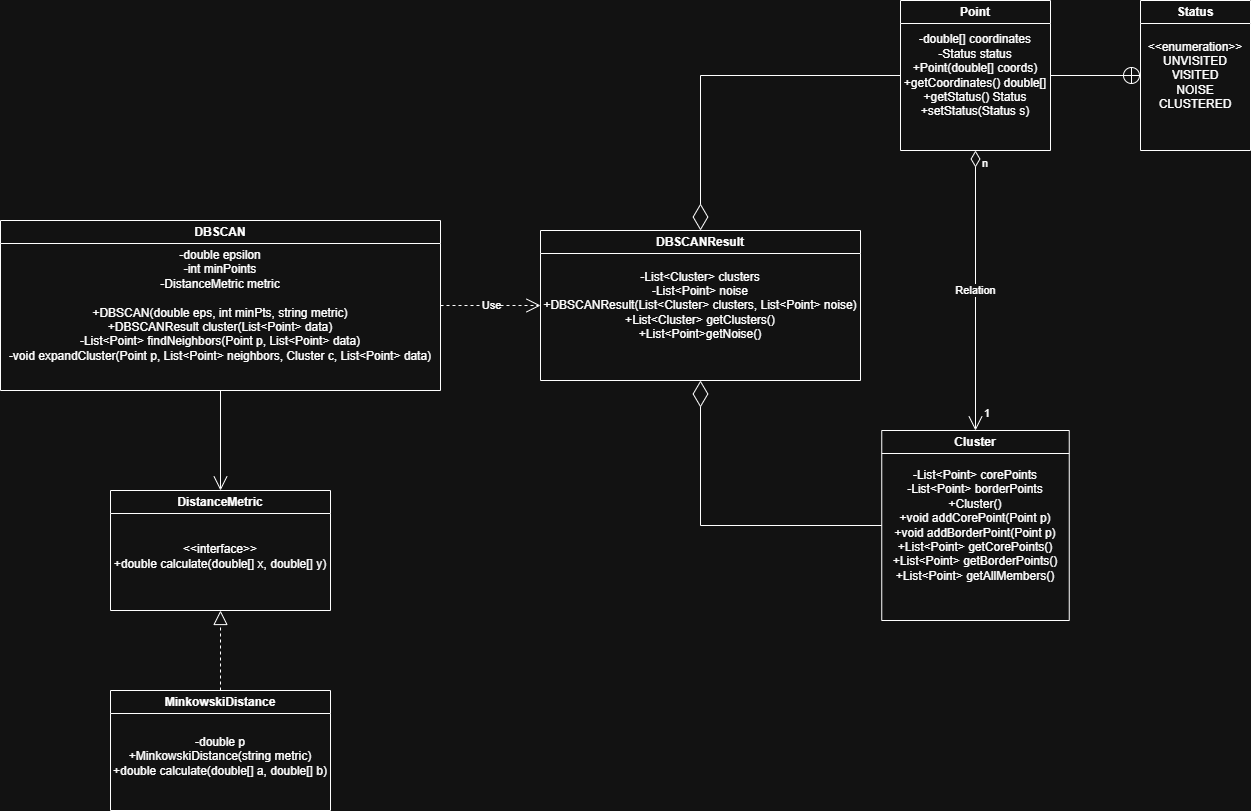
This is Documentation/DBSCAN-UML.png from solopres/DBSCAN, a draw.io export, as it was before one commit. Source tidied: cells renumbered, new cells last; positions are measured from the earlier drawing's top-left corner, leaving out a move shared by most shapes. Its diagram source:
```xml
<mxGraphModel>
  <root>
    <mxCell id="0" />
    <mxCell id="1" parent="0" />
    <mxCell id="2" style="group;" parent="1" vertex="1">
      <mxGeometry y="220" width="440" height="170" as="geometry" />
    </mxCell>
    <mxCell id="3" value="DBSCAN" style="swimlane;whiteSpace=wrap;html=1;" parent="2" vertex="1">
      <mxGeometry width="440" height="170" as="geometry" />
    </mxCell>
    <mxCell id="4" value="-double epsilon&lt;div&gt;-&lt;span style=&quot;background-color: transparent; color: light-dark(rgb(0, 0, 0), rgb(255, 255, 255));&quot;&gt;int&amp;nbsp;&lt;/span&gt;&lt;span style=&quot;background-color: transparent; color: light-dark(rgb(0, 0, 0), rgb(255, 255, 255));&quot;&gt;minPoints&lt;/span&gt;&lt;/div&gt;&lt;div&gt;-&lt;span style=&quot;background-color: transparent; color: light-dark(rgb(0, 0, 0), rgb(255, 255, 255));&quot;&gt;DistanceMetric&amp;nbsp;&lt;/span&gt;&lt;span style=&quot;background-color: transparent; color: light-dark(rgb(0, 0, 0), rgb(255, 255, 255));&quot;&gt;metric&lt;/span&gt;&lt;/div&gt;&lt;div&gt;&lt;br&gt;&lt;/div&gt;&lt;div&gt;+DBSCAN(double eps, int minPts, string metric)&lt;/div&gt;&lt;div&gt;+DBSCANResult cluster(List&amp;lt;Point&amp;gt; data)&lt;/div&gt;&lt;div&gt;-List&amp;lt;Point&amp;gt; findNeighbors(Point p, List&amp;lt;Point&amp;gt; data)&lt;/div&gt;&lt;div&gt;-void expandCluster(Point p, List&amp;lt;Point&amp;gt; neighbors, Cluster c, List&amp;lt;Point&amp;gt; data)&lt;/div&gt;" style="text;html=1;whiteSpace=wrap;strokeColor=none;fillColor=none;align=center;verticalAlign=middle;rounded=0;" parent="2" vertex="1">
      <mxGeometry width="440" height="170" as="geometry" />
    </mxCell>
    <mxCell id="5" style="group;" parent="1" vertex="1">
      <mxGeometry x="540" y="230" width="320" height="150" as="geometry" />
    </mxCell>
    <mxCell id="6" value="DBSCANResult" style="swimlane;whiteSpace=wrap;html=1;" parent="5" vertex="1">
      <mxGeometry width="320" height="150" as="geometry" />
    </mxCell>
    <mxCell id="7" value="&lt;div&gt;-List&amp;lt;Cluster&amp;gt; clusters&lt;/div&gt;&lt;div&gt;&lt;span style=&quot;background-color: transparent; color: light-dark(rgb(0, 0, 0), rgb(255, 255, 255));&quot;&gt;-List&amp;lt;Point&amp;gt; noise&lt;/span&gt;&lt;/div&gt;&lt;div&gt;&lt;span style=&quot;background-color: transparent; color: light-dark(rgb(0, 0, 0), rgb(255, 255, 255));&quot;&gt;+DBSCANResult(List&amp;lt;Cluster&amp;gt; clusters, List&amp;lt;Point&amp;gt; noise)&lt;/span&gt;&lt;/div&gt;&lt;div&gt;+&lt;span style=&quot;background-color: transparent; color: light-dark(rgb(0, 0, 0), rgb(255, 255, 255));&quot;&gt;List&amp;lt;Cluster&amp;gt;&amp;nbsp;&lt;/span&gt;&lt;span style=&quot;background-color: transparent; color: light-dark(rgb(0, 0, 0), rgb(255, 255, 255));&quot;&gt;getClusters()&lt;/span&gt;&lt;/div&gt;&lt;div&gt;+&lt;span style=&quot;background-color: transparent; color: light-dark(rgb(0, 0, 0), rgb(255, 255, 255));&quot;&gt;List&amp;lt;Point&amp;gt;&lt;/span&gt;&lt;span style=&quot;background-color: transparent; color: light-dark(rgb(0, 0, 0), rgb(255, 255, 255));&quot;&gt;getNoise()&lt;/span&gt;&lt;/div&gt;" style="text;html=1;whiteSpace=wrap;strokeColor=none;fillColor=none;align=center;verticalAlign=middle;rounded=0;" parent="5" vertex="1">
      <mxGeometry width="320" height="150" as="geometry" />
    </mxCell>
    <mxCell id="8" style="group;" parent="1" vertex="1">
      <mxGeometry x="900" width="150" height="150" as="geometry" />
    </mxCell>
    <mxCell id="9" value="Point" style="swimlane;whiteSpace=wrap;html=1;" parent="8" vertex="1">
      <mxGeometry width="150" height="150" as="geometry" />
    </mxCell>
    <mxCell id="10" value="&lt;div&gt;-double[] coordinates&lt;/div&gt;&lt;div&gt;-Status status&lt;/div&gt;&lt;div&gt;+Point(double[] coords)&lt;/div&gt;&lt;div&gt;+getCoordinates() double[]&lt;/div&gt;&lt;div&gt;+getStatus() Status&lt;/div&gt;&lt;div&gt;+setStatus(Status s)&lt;/div&gt;" style="text;html=1;whiteSpace=wrap;strokeColor=none;fillColor=none;align=center;verticalAlign=middle;rounded=0;" parent="8" vertex="1">
      <mxGeometry width="150" height="150" as="geometry" />
    </mxCell>
    <mxCell id="11" style="group;" parent="1" vertex="1">
      <mxGeometry x="881.2" y="430" width="187.5" height="190" as="geometry" />
    </mxCell>
    <mxCell id="12" value="Cluster" style="swimlane;whiteSpace=wrap;html=1;" parent="11" vertex="1">
      <mxGeometry width="187.5" height="190" as="geometry" />
    </mxCell>
    <mxCell id="13" value="&lt;div&gt;-List&amp;lt;Point&amp;gt; corePoints&lt;/div&gt;&lt;div&gt;-List&amp;lt;Point&amp;gt; borderPoints&lt;/div&gt;&lt;div&gt;+Cluster()&lt;/div&gt;&lt;div&gt;+&lt;span style=&quot;background-color: transparent; color: light-dark(rgb(0, 0, 0), rgb(255, 255, 255));&quot;&gt;void&amp;nbsp;&lt;/span&gt;&lt;span style=&quot;background-color: transparent; color: light-dark(rgb(0, 0, 0), rgb(255, 255, 255));&quot;&gt;addCorePoint(Point p)&lt;/span&gt;&lt;/div&gt;&lt;div&gt;+&lt;span style=&quot;background-color: transparent; color: light-dark(rgb(0, 0, 0), rgb(255, 255, 255));&quot;&gt;void&amp;nbsp;&lt;/span&gt;&lt;span style=&quot;background-color: transparent; color: light-dark(rgb(0, 0, 0), rgb(255, 255, 255));&quot;&gt;addBorderPoint(Point p)&lt;/span&gt;&lt;/div&gt;&lt;div&gt;+&lt;span style=&quot;background-color: transparent; color: light-dark(rgb(0, 0, 0), rgb(255, 255, 255));&quot;&gt;List&amp;lt;Point&amp;gt;&amp;nbsp;&lt;/span&gt;&lt;span style=&quot;background-color: transparent; color: light-dark(rgb(0, 0, 0), rgb(255, 255, 255));&quot;&gt;getCorePoints()&lt;/span&gt;&lt;/div&gt;&lt;div&gt;+&lt;span style=&quot;background-color: transparent; color: light-dark(rgb(0, 0, 0), rgb(255, 255, 255));&quot;&gt;List&amp;lt;Point&amp;gt;&amp;nbsp;&lt;/span&gt;&lt;span style=&quot;background-color: transparent; color: light-dark(rgb(0, 0, 0), rgb(255, 255, 255));&quot;&gt;getBorderPoints()&lt;/span&gt;&lt;/div&gt;&lt;div&gt;+&lt;span style=&quot;background-color: transparent; color: light-dark(rgb(0, 0, 0), rgb(255, 255, 255));&quot;&gt;List&amp;lt;Point&amp;gt;&amp;nbsp;&lt;/span&gt;&lt;span style=&quot;background-color: transparent; color: light-dark(rgb(0, 0, 0), rgb(255, 255, 255));&quot;&gt;getAllMembers()&lt;/span&gt;&lt;/div&gt;" style="text;html=1;whiteSpace=wrap;strokeColor=none;fillColor=none;align=center;verticalAlign=middle;rounded=0;" parent="11" vertex="1">
      <mxGeometry width="187.5" height="190" as="geometry" />
    </mxCell>
    <mxCell id="14" style="group;" parent="1" vertex="1">
      <mxGeometry x="110" y="490" width="220" height="120" as="geometry" />
    </mxCell>
    <mxCell id="15" value="DistanceMetric" style="swimlane;whiteSpace=wrap;html=1;" parent="14" vertex="1">
      <mxGeometry width="220" height="120" as="geometry" />
    </mxCell>
    <mxCell id="16" value="&lt;div&gt;&amp;lt;&amp;lt;interface&amp;gt;&amp;gt;&lt;/div&gt;&lt;div&gt;+&lt;span style=&quot;background-color: transparent; color: light-dark(rgb(0, 0, 0), rgb(255, 255, 255));&quot;&gt;double&amp;nbsp;&lt;/span&gt;&lt;span style=&quot;background-color: transparent; color: light-dark(rgb(0, 0, 0), rgb(255, 255, 255));&quot;&gt;calculate(double[] x, double[] y)&lt;/span&gt;&lt;/div&gt;" style="text;html=1;whiteSpace=wrap;strokeColor=none;fillColor=none;align=center;verticalAlign=middle;rounded=0;" parent="14" vertex="1">
      <mxGeometry y="12" width="220" height="108" as="geometry" />
    </mxCell>
    <mxCell id="17" style="group;" parent="1" vertex="1">
      <mxGeometry x="1140" width="110" height="150" as="geometry" />
    </mxCell>
    <mxCell id="18" value="Status" style="swimlane;whiteSpace=wrap;html=1;" parent="17" vertex="1">
      <mxGeometry width="110" height="150" as="geometry" />
    </mxCell>
    <mxCell id="19" value="&lt;div&gt;&amp;lt;&amp;lt;enumeration&amp;gt;&amp;gt;&lt;/div&gt;&lt;div&gt;UNVISITED&lt;/div&gt;&lt;div&gt;VISITED&lt;/div&gt;&lt;div&gt;NOISE&lt;/div&gt;&lt;div&gt;CLUSTERED&lt;/div&gt;" style="text;html=1;whiteSpace=wrap;strokeColor=none;fillColor=none;align=center;verticalAlign=middle;rounded=0;" parent="17" vertex="1">
      <mxGeometry width="110" height="150" as="geometry" />
    </mxCell>
    <mxCell id="20" style="group;" parent="1" vertex="1">
      <mxGeometry x="110" y="690" width="220" height="120" as="geometry" />
    </mxCell>
    <mxCell id="21" value="MinkowskiDistance" style="swimlane;whiteSpace=wrap;html=1;" parent="20" vertex="1">
      <mxGeometry width="220" height="120" as="geometry" />
    </mxCell>
    <mxCell id="22" value="&lt;div&gt;-double p&lt;/div&gt;&lt;div&gt;+MinkowskiDistance(string metric)&lt;/div&gt;&lt;div&gt;&lt;span style=&quot;background-color: transparent; color: light-dark(rgb(0, 0, 0), rgb(255, 255, 255));&quot;&gt;+double&amp;nbsp;&lt;/span&gt;&lt;span style=&quot;background-color: transparent; color: light-dark(rgb(0, 0, 0), rgb(255, 255, 255));&quot;&gt;calculate(double[] a, double[] b)&lt;/span&gt;&lt;/div&gt;" style="text;html=1;whiteSpace=wrap;strokeColor=none;fillColor=none;align=center;verticalAlign=middle;rounded=0;" parent="20" vertex="1">
      <mxGeometry y="12" width="220" height="108" as="geometry" />
    </mxCell>
    <mxCell id="23" style="endArrow=block;dashed=1;endFill=0;endSize=12;html=1;rounded=0;exitX=0.5;exitY=0;exitDx=0;exitDy=0;entryX=0.5;entryY=1;entryDx=0;entryDy=0;" parent="1" edge="1" source="21" target="16">
      <mxGeometry relative="1" as="geometry" />
    </mxCell>
    <mxCell id="24" style="endArrow=diamondThin;endFill=0;endSize=24;html=1;rounded=0;entryX=0.5;entryY=1;entryDx=0;entryDy=0;exitX=0;exitY=0.5;exitDx=0;exitDy=0;" parent="1" edge="1" source="13" target="7">
      <mxGeometry relative="1" as="geometry">
        <Array as="points">
          <mxPoint x="700" y="525" />
        </Array>
      </mxGeometry>
    </mxCell>
    <mxCell id="25" style="endArrow=diamondThin;endFill=0;endSize=24;html=1;rounded=0;entryX=0.5;entryY=0;entryDx=0;entryDy=0;exitX=0;exitY=0.5;exitDx=0;exitDy=0;" parent="1" edge="1" source="10" target="6">
      <mxGeometry relative="1" as="geometry">
        <Array as="points">
          <mxPoint x="700" y="75" />
        </Array>
      </mxGeometry>
    </mxCell>
    <mxCell id="26" style="endArrow=circlePlus;endFill=0;endSize=7;html=1;rounded=0;entryX=0;entryY=0.5;entryDx=0;entryDy=0;exitX=1;exitY=0.5;exitDx=0;exitDy=0;" parent="1" edge="1" source="10" target="19">
      <mxGeometry relative="1" as="geometry" />
    </mxCell>
    <mxCell id="27" value="Use" style="endArrow=open;endSize=12;dashed=1;html=1;rounded=0;exitX=1;exitY=0.5;exitDx=0;exitDy=0;entryX=0;entryY=0.5;entryDx=0;entryDy=0;" parent="1" edge="1" source="4" target="7">
      <mxGeometry relative="1" as="geometry" />
    </mxCell>
    <mxCell id="28" style="endArrow=open;endFill=1;endSize=12;html=1;rounded=0;entryX=0.5;entryY=0;entryDx=0;entryDy=0;exitX=0.5;exitY=1;exitDx=0;exitDy=0;" parent="1" edge="1" source="4" target="15">
      <mxGeometry relative="1" as="geometry" />
    </mxCell>
    <mxCell id="29" value="Relation" style="endArrow=open;html=1;endSize=12;startArrow=diamondThin;startSize=14;startFill=0;edgeStyle=orthogonalEdgeStyle;rounded=0;entryX=0.5;entryY=0;entryDx=0;entryDy=0;exitX=0.5;exitY=1;exitDx=0;exitDy=0;" parent="1" edge="1" source="10" target="13">
      <mxGeometry relative="1" as="geometry" />
    </mxCell>
    <mxCell id="30" value="n" style="edgeLabel;html=1;align=left;verticalAlign=top;" parent="29" vertex="1">
      <mxGeometry x="-1" relative="1" as="geometry">
        <mxPoint x="5" as="offset" />
      </mxGeometry>
    </mxCell>
    <mxCell id="31" value="1" style="edgeLabel;html=1;align=right;verticalAlign=top;" parent="29" vertex="1">
      <mxGeometry x="1" relative="1" as="geometry">
        <mxPoint x="15" y="-30" as="offset" />
      </mxGeometry>
    </mxCell>
  </root>
</mxGraphModel>
```
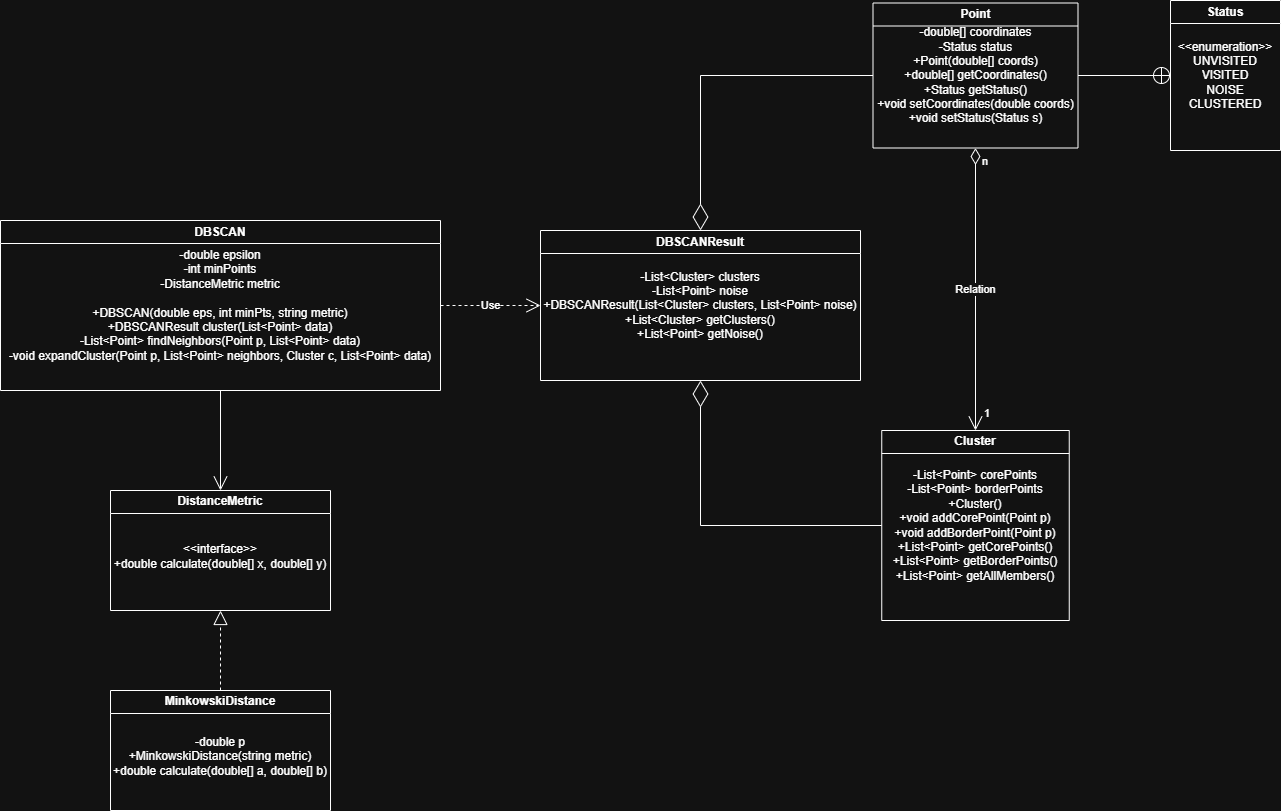
Later version of the same file.

Diff of the diagram source:
```diff
@@ -17,17 +17,17 @@
     <mxCell id="6" value="DBSCANResult" style="swimlane;whiteSpace=wrap;html=1;" parent="5" vertex="1">
       <mxGeometry width="320" height="150" as="geometry" />
     </mxCell>
-    <mxCell id="7" value="&lt;div&gt;-List&amp;lt;Cluster&amp;gt; clusters&lt;/div&gt;&lt;div&gt;&lt;span style=&quot;background-color: transparent; color: light-dark(rgb(0, 0, 0), rgb(255, 255, 255));&quot;&gt;-List&amp;lt;Point&amp;gt; noise&lt;/span&gt;&lt;/div&gt;&lt;div&gt;&lt;span style=&quot;background-color: transparent; color: light-dark(rgb(0, 0, 0), rgb(255, 255, 255));&quot;&gt;+DBSCANResult(List&amp;lt;Cluster&amp;gt; clusters, List&amp;lt;Point&amp;gt; noise)&lt;/span&gt;&lt;/div&gt;&lt;div&gt;+&lt;span style=&quot;background-color: transparent; color: light-dark(rgb(0, 0, 0), rgb(255, 255, 255));&quot;&gt;List&amp;lt;Cluster&amp;gt;&amp;nbsp;&lt;/span&gt;&lt;span style=&quot;background-color: transparent; color: light-dark(rgb(0, 0, 0), rgb(255, 255, 255));&quot;&gt;getClusters()&lt;/span&gt;&lt;/div&gt;&lt;div&gt;+&lt;span style=&quot;background-color: transparent; color: light-dark(rgb(0, 0, 0), rgb(255, 255, 255));&quot;&gt;List&amp;lt;Point&amp;gt;&lt;/span&gt;&lt;span style=&quot;background-color: transparent; color: light-dark(rgb(0, 0, 0), rgb(255, 255, 255));&quot;&gt;getNoise()&lt;/span&gt;&lt;/div&gt;" style="text;html=1;whiteSpace=wrap;strokeColor=none;fillColor=none;align=center;verticalAlign=middle;rounded=0;" parent="5" vertex="1">
+    <mxCell id="7" value="&lt;div&gt;-List&amp;lt;Cluster&amp;gt; clusters&lt;/div&gt;&lt;div&gt;&lt;span style=&quot;background-color: transparent; color: light-dark(rgb(0, 0, 0), rgb(255, 255, 255));&quot;&gt;-List&amp;lt;Point&amp;gt; noise&lt;/span&gt;&lt;/div&gt;&lt;div&gt;&lt;span style=&quot;background-color: transparent; color: light-dark(rgb(0, 0, 0), rgb(255, 255, 255));&quot;&gt;+DBSCANResult(List&amp;lt;Cluster&amp;gt; clusters, List&amp;lt;Point&amp;gt; noise)&lt;/span&gt;&lt;/div&gt;&lt;div&gt;+&lt;span style=&quot;background-color: transparent; color: light-dark(rgb(0, 0, 0), rgb(255, 255, 255));&quot;&gt;List&amp;lt;Cluster&amp;gt;&amp;nbsp;&lt;/span&gt;&lt;span style=&quot;background-color: transparent; color: light-dark(rgb(0, 0, 0), rgb(255, 255, 255));&quot;&gt;getClusters()&lt;/span&gt;&lt;/div&gt;&lt;div&gt;+&lt;span style=&quot;background-color: transparent; color: light-dark(rgb(0, 0, 0), rgb(255, 255, 255));&quot;&gt;List&amp;lt;Point&amp;gt;&amp;nbsp;&lt;/span&gt;&lt;span style=&quot;background-color: transparent; color: light-dark(rgb(0, 0, 0), rgb(255, 255, 255));&quot;&gt;getNoise()&lt;/span&gt;&lt;/div&gt;" style="text;html=1;whiteSpace=wrap;strokeColor=none;fillColor=none;align=center;verticalAlign=middle;rounded=0;" parent="5" vertex="1">
       <mxGeometry width="320" height="150" as="geometry" />
     </mxCell>
     <mxCell id="8" style="group;" parent="1" vertex="1">
-      <mxGeometry x="900" width="150" height="150" as="geometry" />
+      <mxGeometry x="872.5" y="2.5" width="205" height="145" as="geometry" />
     </mxCell>
     <mxCell id="9" value="Point" style="swimlane;whiteSpace=wrap;html=1;" parent="8" vertex="1">
-      <mxGeometry width="150" height="150" as="geometry" />
+      <mxGeometry width="205" height="145" as="geometry" />
     </mxCell>
-    <mxCell id="10" value="&lt;div&gt;-double[] coordinates&lt;/div&gt;&lt;div&gt;-Status status&lt;/div&gt;&lt;div&gt;+Point(double[] coords)&lt;/div&gt;&lt;div&gt;+getCoordinates() double[]&lt;/div&gt;&lt;div&gt;+getStatus() Status&lt;/div&gt;&lt;div&gt;+setStatus(Status s)&lt;/div&gt;" style="text;html=1;whiteSpace=wrap;strokeColor=none;fillColor=none;align=center;verticalAlign=middle;rounded=0;" parent="8" vertex="1">
-      <mxGeometry width="150" height="150" as="geometry" />
+    <mxCell id="10" value="&lt;div&gt;-double[] coordinates&lt;/div&gt;&lt;div&gt;-Status status&lt;/div&gt;&lt;div&gt;+Point(double[] coords)&lt;/div&gt;&lt;div&gt;+&lt;span style=&quot;background-color: transparent; color: light-dark(rgb(0, 0, 0), rgb(255, 255, 255));&quot;&gt;double[]&amp;nbsp;&lt;/span&gt;&lt;span style=&quot;background-color: transparent; color: light-dark(rgb(0, 0, 0), rgb(255, 255, 255));&quot;&gt;getCoordinates()&lt;/span&gt;&lt;/div&gt;&lt;div&gt;+&lt;span style=&quot;background-color: transparent; color: light-dark(rgb(0, 0, 0), rgb(255, 255, 255));&quot;&gt;Status&amp;nbsp;&lt;/span&gt;&lt;span style=&quot;background-color: transparent; color: light-dark(rgb(0, 0, 0), rgb(255, 255, 255));&quot;&gt;getStatus()&lt;/span&gt;&lt;/div&gt;&lt;div&gt;&lt;span style=&quot;background-color: transparent; color: light-dark(rgb(0, 0, 0), rgb(255, 255, 255));&quot;&gt;+void setCoordinates(double coords)&lt;/span&gt;&lt;/div&gt;&lt;div&gt;+void setStatus(Status s)&lt;/div&gt;" style="text;html=1;whiteSpace=wrap;strokeColor=none;fillColor=none;align=center;verticalAlign=middle;rounded=0;" parent="8" vertex="1">
+      <mxGeometry width="205" height="145" as="geometry" />
     </mxCell>
     <mxCell id="11" style="group;" parent="1" vertex="1">
       <mxGeometry x="881.2" y="430" width="187.5" height="190" as="geometry" />
@@ -48,7 +48,7 @@
       <mxGeometry y="12" width="220" height="108" as="geometry" />
     </mxCell>
     <mxCell id="17" style="group;" parent="1" vertex="1">
-      <mxGeometry x="1140" width="110" height="150" as="geometry" />
+      <mxGeometry x="1170" width="110" height="150" as="geometry" />
     </mxCell>
     <mxCell id="18" value="Status" style="swimlane;whiteSpace=wrap;html=1;" parent="17" vertex="1">
       <mxGeometry width="110" height="150" as="geometry" />
```
